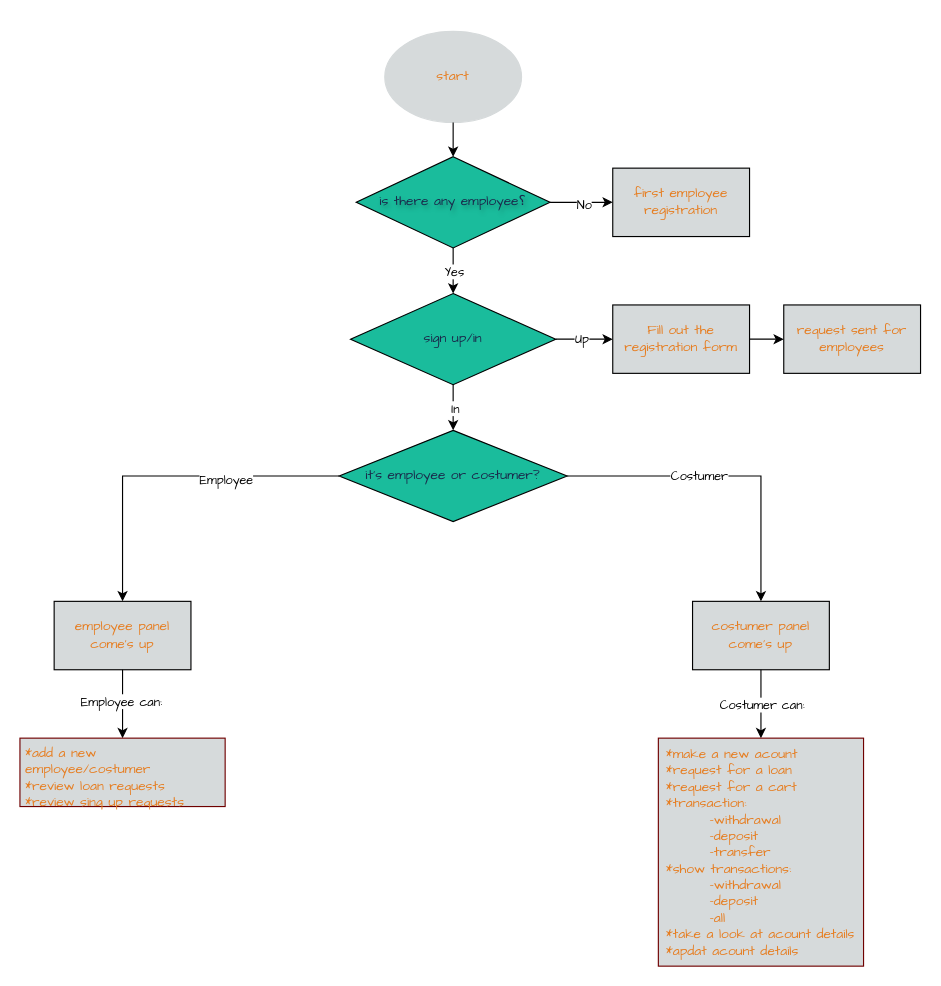
Above: doc/Untitled Diagram.drawio in pmahdiq/Banking-system (draw.io), before the change. Source tidied: cells renumbered, new cells numbered last; positions are measured from the earlier drawing's top-left corner, leaving out a move shared by most shapes. Both pictures are drawn from the tidied source at 114%, with x=0, y=0 at pixel (19, 31).
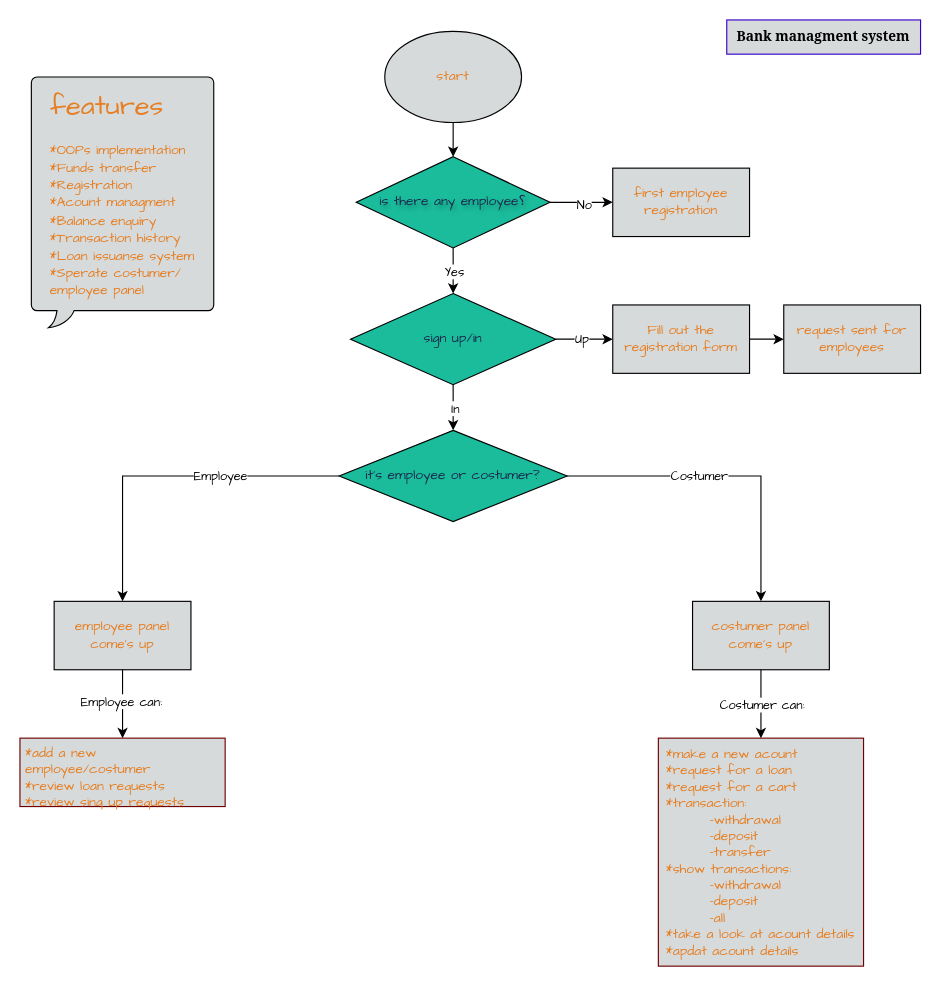
The same diagram, later.

The change refers to these unchanged cells:
```xml
<mxCell id="25" style="endArrow=classic;html=1;rounded=0;fontFamily=Comic Sans MS;fontSize=12;fontColor=#E67E22;labelBackgroundColor=default;exitX=0;exitY=0.5;exitDx=0;exitDy=0;entryX=0.5;entryY=0;entryDx=0;entryDy=0;" parent="1" edge="1" source="22" target="24">
  <mxGeometry relative="1" as="geometry">
    <Array as="points">
      <mxPoint x="90" y="390" />
    </Array>
  </mxGeometry>
</mxCell>
```

What changed in the source:
```diff
@@
-    <mxCell id="2" value="start" style="ellipse;whiteSpace=wrap;html=1;fillColor=#D6DADB;strokeColor=#D6DADB;labelBackgroundColor=none;fontColor=#E67E22;fontFamily=Comic Sans MS;" parent="1" vertex="1">
+    <mxCell id="2" value="start" style="ellipse;whiteSpace=wrap;html=1;fillColor=#D6DADB;strokeColor=#000000;labelBackgroundColor=none;fontColor=#E67E22;fontFamily=Comic Sans MS;" parent="1" vertex="1">
       <mxGeometry x="320" width="120" height="80" as="geometry" />
     </mxCell>
@@
-    <mxCell id="27" value="Employee" style="edgeLabel;html=1;align=center;verticalAlign=middle;rounded=0;strokeColor=#000000;fontFamily=Comic Sans MS;fontSize=11;fontColor=default;labelBackgroundColor=default;fillColor=#D6DADB;gradientColor=none;" parent="25" vertex="1">
+    <mxCell id="27" style="edgeLabel;html=1;align=center;verticalAlign=middle;rounded=0;strokeColor=#000000;fontFamily=Comic Sans MS;fontSize=11;fontColor=default;labelBackgroundColor=default;fillColor=#D6DADB;gradientColor=none;" parent="25" vertex="1">
       <mxGeometry x="-0.33" y="3" relative="1" as="geometry" />
     </mxCell>
+    <mxCell id="34" value="Employee" style="edgeLabel;html=1;align=center;verticalAlign=middle;fontFamily=Comic Sans MS;" parent="25" vertex="1">
+      <mxGeometry x="-0.3" y="-1" relative="1" as="geometry" />
+    </mxCell>
@@
+    <mxCell id="35" value="&lt;h1 style=&quot;font-family: Helvetica; text-align: left; margin-top: 0px;&quot;&gt;&lt;font face=&quot;Comic Sans MS&quot; style=&quot;font-weight: normal;&quot;&gt;features&lt;/font&gt;&lt;/h1&gt;&lt;div style=&quot;font-family: Helvetica; text-align: left;&quot;&gt;&lt;font face=&quot;Comic Sans MS&quot;&gt;*OOPs implementation&lt;/font&gt;&lt;/div&gt;&lt;div style=&quot;font-family: Helvetica; text-align: left;&quot;&gt;&lt;font face=&quot;Comic Sans MS&quot;&gt;*Funds transfer&lt;/font&gt;&lt;/div&gt;&lt;div style=&quot;font-family: Helvetica; text-align: left;&quot;&gt;&lt;font face=&quot;Comic Sans MS&quot;&gt;*Registration&lt;/font&gt;&lt;/div&gt;&lt;div style=&quot;font-family: Helvetica; text-align: left;&quot;&gt;&lt;font face=&quot;Comic Sans MS&quot;&gt;*Acount managment&lt;/font&gt;&lt;/div&gt;&lt;div style=&quot;font-family: Helvetica; text-align: left;&quot;&gt;&lt;font face=&quot;Comic Sans MS&quot;&gt;*Balance enquiry&lt;/font&gt;&lt;/div&gt;&lt;div style=&quot;font-family: Helvetica; text-align: left;&quot;&gt;&lt;font face=&quot;Comic Sans MS&quot;&gt;*Transaction history&lt;/font&gt;&lt;/div&gt;&lt;div style=&quot;font-family: Helvetica; text-align: left;&quot;&gt;&lt;font face=&quot;Comic Sans MS&quot;&gt;*Loan issuanse system&lt;/font&gt;&lt;/div&gt;&lt;div style=&quot;font-family: Helvetica; text-align: left;&quot;&gt;&lt;font face=&quot;Comic Sans MS&quot;&gt;*Sperate costumer/&lt;br&gt;employee panel&lt;/font&gt;&lt;/div&gt;" style="whiteSpace=wrap;html=1;shape=mxgraph.basic.roundRectCallout;dx=30;dy=15;size=5;boundedLbl=1;rounded=0;strokeColor=#000000;align=center;verticalAlign=middle;fontFamily=Comic Sans MS;fontSize=12;fontColor=#E67E22;fillColor=#D6DADB;" parent="1" vertex="1">
+      <mxGeometry x="10" y="40" width="160" height="220" as="geometry" />
+    </mxCell>
+    <mxCell id="36" value="&lt;font style=&quot;&quot; face=&quot;Georgia&quot;&gt;Bank managment system&lt;/font&gt;" style="text;html=1;whiteSpace=wrap;strokeColor=#3700CC;fillColor=#D6DADB;align=center;verticalAlign=middle;rounded=0;fontFamily=Comic Sans MS;fontSize=12;fontColor=#000000;fontStyle=1;" parent="1" vertex="1">
+      <mxGeometry x="620" y="-10" width="170" height="30" as="geometry" />
+    </mxCell>
```
